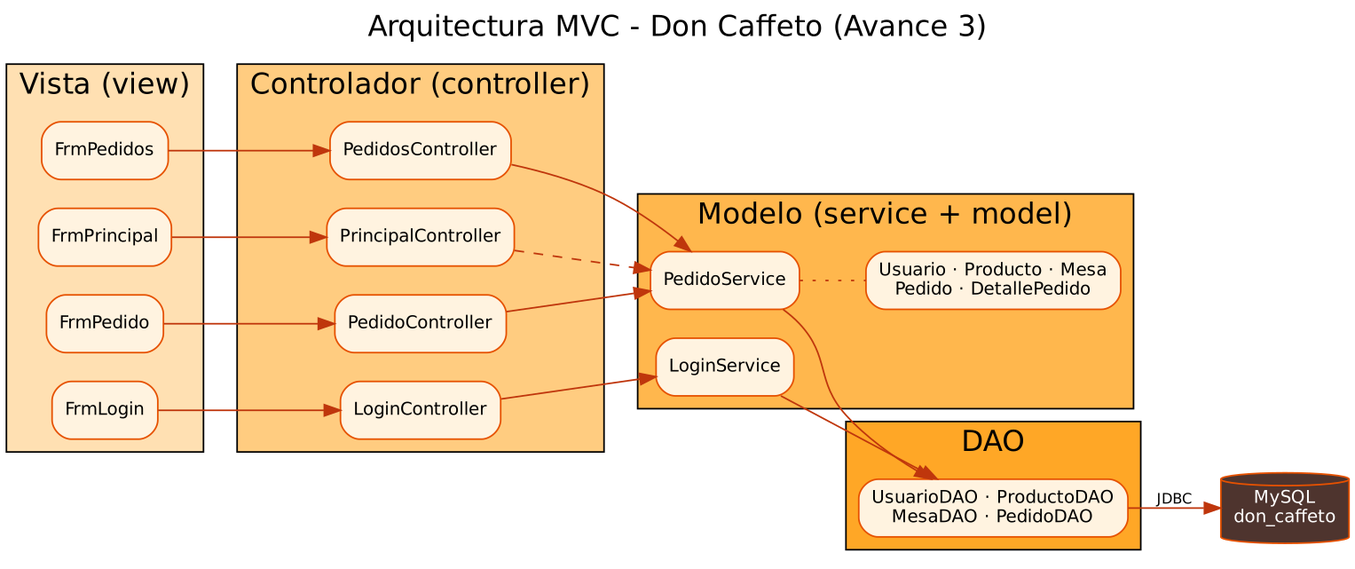
The Graphviz diagram docs/diagramas/mvc.png in tonylee-ops/don-caffeto-apf3, before a commit. Its source is kept beside it as docs/diagramas/mvc.dot.
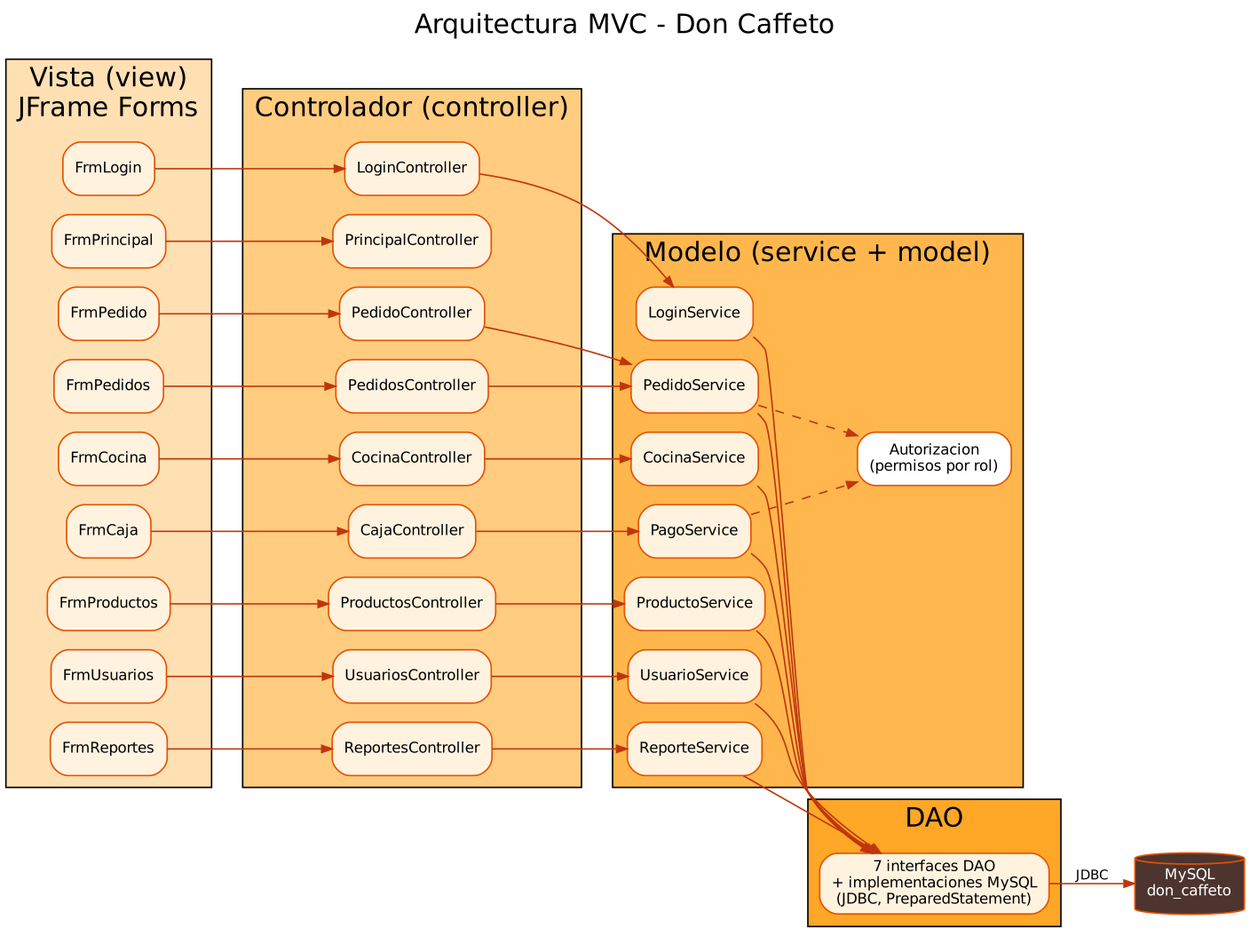
The same diagram one commit later.

Diff of the diagram source:
```diff
@@ -1,13 +1,23 @@
 digraph MVC {
-  rankdir=LR; fontname="Helvetica"; label="Arquitectura MVC - Don Caffeto (Avance 3)"; labelloc=t; fontsize=18;
-  node [shape=box, style="rounded,filled", fontname="Helvetica", fontsize=11, fillcolor="#FFF3E0", color="#E65100"];
-  edge [color="#BF360C", fontname="Helvetica", fontsize=9];
-  subgraph cluster_v { label="Vista (view)"; style=filled; fillcolor="#FFE0B2"; FrmLogin; FrmPrincipal; FrmPedido; FrmPedidos; }
-  subgraph cluster_c { label="Controlador (controller)"; style=filled; fillcolor="#FFCC80"; LoginController; PrincipalController; PedidoController; PedidosController; }
-  subgraph cluster_m { label="Modelo (service + model)"; style=filled; fillcolor="#FFB74D"; LoginService; PedidoService; Modelo [label="Usuario · Producto · Mesa\nPedido · DetallePedido"]; }
-  subgraph cluster_d { label="DAO"; style=filled; fillcolor="#FFA726"; DAO [label="UsuarioDAO · ProductoDAO\nMesaDAO · PedidoDAO"]; }
+  rankdir=LR; fontname="Helvetica"; label="Arquitectura MVC - Don Caffeto"; labelloc=t; fontsize=18; nodesep=0.18;
+  node [shape=box, style="rounded,filled", fontname="Helvetica", fontsize=10, fillcolor="#FFF3E0", color="#E65100"];
+  edge [color="#BF360C", fontname="Helvetica", fontsize=9, arrowsize=0.7];
+  subgraph cluster_v { label="Vista (view)\nJFrame Forms"; style=filled; fillcolor="#FFE0B2";
+    FrmLogin; FrmPrincipal; FrmPedido; FrmPedidos; FrmCocina; FrmCaja; FrmProductos; FrmUsuarios; FrmReportes; }
+  subgraph cluster_c { label="Controlador (controller)"; style=filled; fillcolor="#FFCC80";
+    LoginController; PrincipalController; PedidoController; PedidosController; CocinaController; CajaController;
+    ProductosController; UsuariosController; ReportesController; }
+  subgraph cluster_m { label="Modelo (service + model)"; style=filled; fillcolor="#FFB74D";
+    Autorizacion [label="Autorizacion\n(permisos por rol)", fillcolor="#FFFFFF"];
+    LoginService; PedidoService; CocinaService; PagoService; ProductoService; UsuarioService; ReporteService; }
+  subgraph cluster_d { label="DAO"; style=filled; fillcolor="#FFA726";
+    DAO [label="7 interfaces DAO\n+ implementaciones MySQL\n(JDBC, PreparedStatement)"]; }
   BD [shape=cylinder, fillcolor="#4E342E", fontcolor=white, label="MySQL\ndon_caffeto"];
   FrmLogin -> LoginController; FrmPrincipal -> PrincipalController; FrmPedido -> PedidoController; FrmPedidos -> PedidosController;
-  LoginController -> LoginService; PedidoController -> PedidoService; PedidosController -> PedidoService; PrincipalController -> PedidoService [style=dashed];
-  LoginService -> DAO; PedidoService -> DAO; PedidoService -> Modelo [style=dotted, arrowhead=none]; DAO -> BD [label="JDBC"];
+  FrmCocina -> CocinaController; FrmCaja -> CajaController; FrmProductos -> ProductosController; FrmUsuarios -> UsuariosController; FrmReportes -> ReportesController;
+  LoginController -> LoginService; PedidoController -> PedidoService; PedidosController -> PedidoService; CocinaController -> CocinaService;
+  CajaController -> PagoService; ProductosController -> ProductoService; UsuariosController -> UsuarioService; ReportesController -> ReporteService;
+  PedidoService -> Autorizacion [style=dashed]; PagoService -> Autorizacion [style=dashed];
+  LoginService -> DAO; PedidoService -> DAO; CocinaService -> DAO; PagoService -> DAO; ProductoService -> DAO; UsuarioService -> DAO; ReporteService -> DAO;
+  DAO -> BD [label="JDBC"];
 }
```
